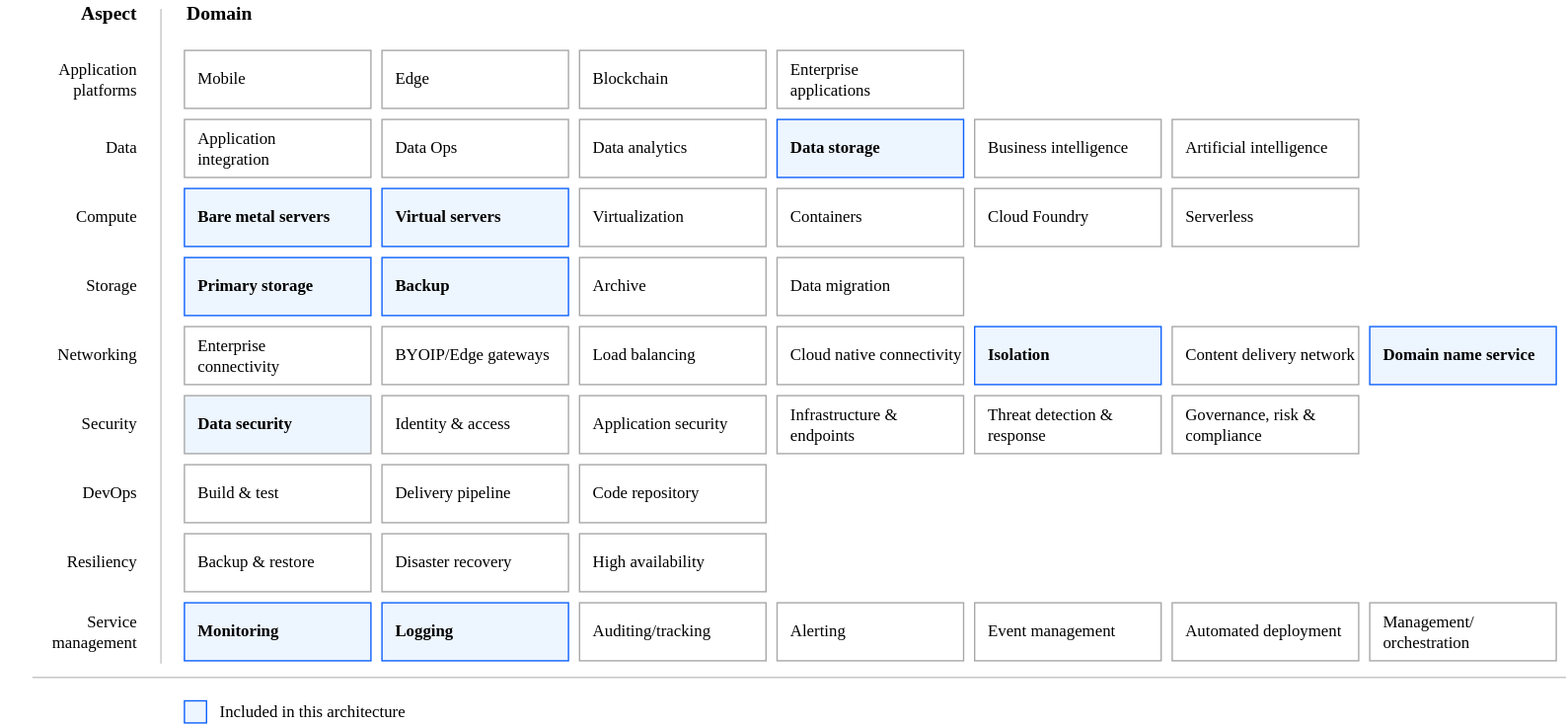
The draw.io diagram images/RA-ibm-cloud-scale-heatmap-phase.svg in ibm-cloud-docs/storage-scale-da, before a commit. Source tidied: cells renumbered, new cells last; positions are measured from the earlier drawing's top-left corner, leaving out a move shared by most shapes.
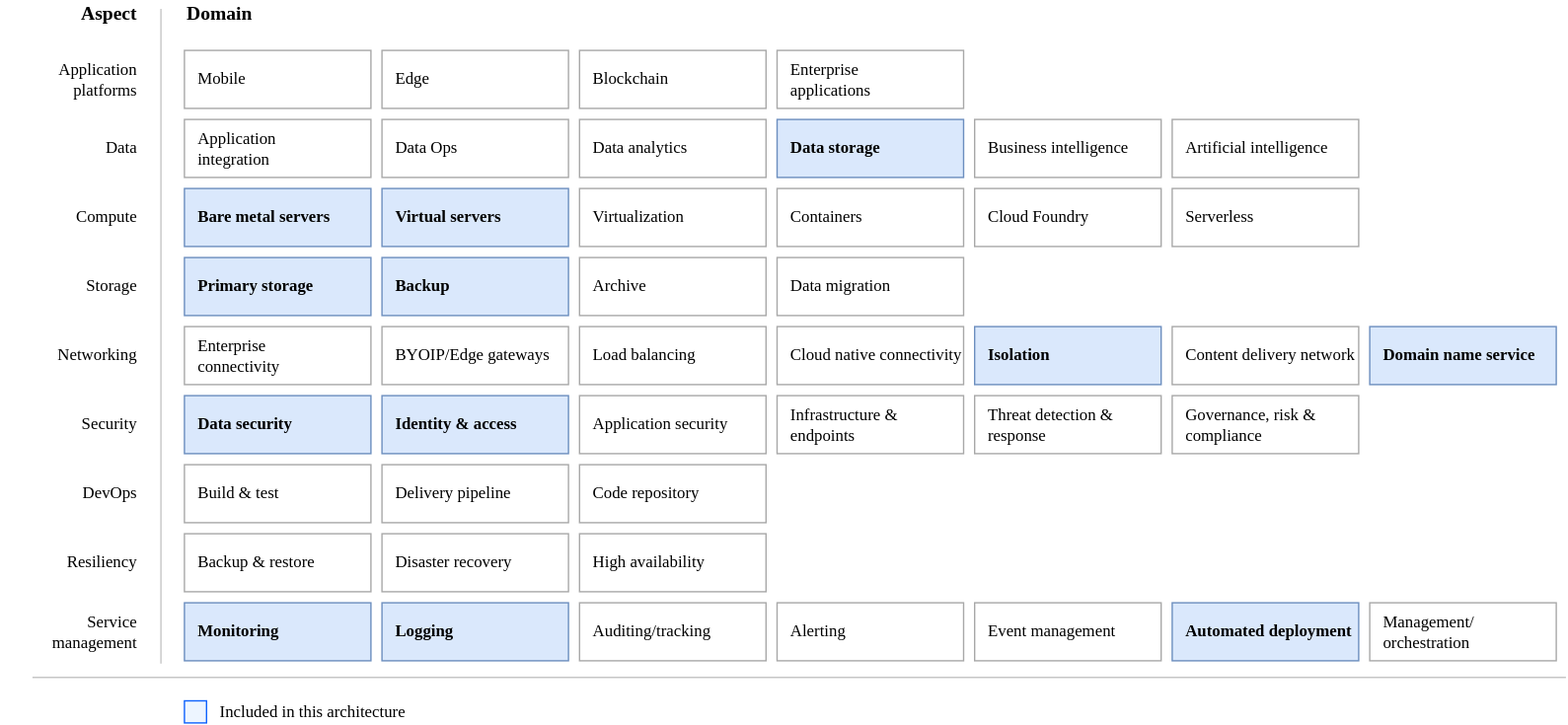
Later version of the same file.

What changed in the source:
```diff
@@ -8,7 +8,7 @@
     <mxCell id="3" value="Mobile" style="rounded=0;whiteSpace=wrap;html=1;strokeColor=#A8A8A8;align=left;spacingLeft=8;fontFamily=IBM Plex Sans;fontStyle=0;fillColor=#FFFFFF;" parent="1" vertex="1">
       <mxGeometry x="133" y="36" width="135" height="42" as="geometry" />
     </mxCell>
-    <mxCell id="4" value="Primary storage" style="rounded=0;whiteSpace=wrap;html=1;strokeColor=#0E62FD;align=left;spacingLeft=8;fontFamily=IBM Plex Sans;fillColor=#EDF5FF;fontStyle=1;" parent="1" vertex="1">
+    <mxCell id="4" value="Primary storage" style="rounded=0;whiteSpace=wrap;html=1;strokeColor=#6c8ebf;align=left;spacingLeft=8;fontFamily=IBM Plex Sans;fillColor=#dae8fc;fontStyle=1;" parent="1" vertex="1">
       <mxGeometry x="133" y="186" width="135" height="42" as="geometry" />
     </mxCell>
     <mxCell id="5" value="Enterprise &lt;br&gt;connectivity" style="rounded=0;whiteSpace=wrap;html=1;strokeColor=#A8A8A8;align=left;spacingLeft=8;fontFamily=IBM Plex Sans;" parent="1" vertex="1">
@@ -17,13 +17,13 @@
     <mxCell id="6" value="Build &amp;amp; test" style="rounded=0;whiteSpace=wrap;html=1;strokeColor=#A8A8A8;align=left;spacingLeft=8;fontFamily=IBM Plex Sans;" parent="1" vertex="1">
       <mxGeometry x="133" y="336" width="135" height="42" as="geometry" />
     </mxCell>
-    <mxCell id="7" value="Data security" style="rounded=0;whiteSpace=wrap;html=1;strokeColor=#A8A8A8;align=left;spacingLeft=8;fontFamily=IBM Plex Sans;fontStyle=1;fillColor=#EDF5FF;" parent="1" vertex="1">
+    <mxCell id="7" value="Data security" style="rounded=0;whiteSpace=wrap;html=1;strokeColor=#6c8ebf;align=left;spacingLeft=8;fontFamily=IBM Plex Sans;fontStyle=1;fillColor=#dae8fc;" parent="1" vertex="1">
       <mxGeometry x="133" y="286" width="135" height="42" as="geometry" />
     </mxCell>
     <mxCell id="8" value="Backup &amp;amp; restore" style="rounded=0;whiteSpace=wrap;html=1;strokeColor=#A8A8A8;align=left;spacingLeft=8;fontFamily=IBM Plex Sans;" parent="1" vertex="1">
       <mxGeometry x="133" y="386" width="135" height="42" as="geometry" />
     </mxCell>
-    <mxCell id="9" value="Monitoring" style="rounded=0;whiteSpace=wrap;html=1;strokeColor=#0E62FD;align=left;spacingLeft=8;fontFamily=IBM Plex Sans;fillColor=#EDF5FF;fontStyle=1;" parent="1" vertex="1">
+    <mxCell id="9" value="Monitoring" style="rounded=0;whiteSpace=wrap;html=1;strokeColor=#6c8ebf;align=left;spacingLeft=8;fontFamily=IBM Plex Sans;fillColor=#dae8fc;fontStyle=1;" parent="1" vertex="1">
       <mxGeometry x="133" y="436" width="135" height="42" as="geometry" />
     </mxCell>
     <mxCell id="10" value="Edge" style="rounded=0;whiteSpace=wrap;html=1;strokeColor=#A8A8A8;align=left;spacingLeft=8;fontFamily=IBM Plex Sans;fillColor=default;fontStyle=0;" parent="1" vertex="1">
@@ -41,13 +41,13 @@
     <mxCell id="14" value="Data analytics" style="rounded=0;whiteSpace=wrap;html=1;strokeColor=#A8A8A8;align=left;spacingLeft=8;fontFamily=IBM Plex Sans;fillColor=default;fontStyle=0;" parent="1" vertex="1">
       <mxGeometry x="419" y="86" width="135" height="42" as="geometry" />
     </mxCell>
-    <mxCell id="15" value="Data storage" style="rounded=0;whiteSpace=wrap;html=1;strokeColor=#0E62FD;align=left;spacingLeft=8;fontFamily=IBM Plex Sans;fillColor=#EDF5FF;fontStyle=1;" parent="1" vertex="1">
+    <mxCell id="15" value="Data storage" style="rounded=0;whiteSpace=wrap;html=1;strokeColor=#6c8ebf;align=left;spacingLeft=8;fontFamily=IBM Plex Sans;fillColor=#dae8fc;fontStyle=1;" parent="1" vertex="1">
       <mxGeometry x="562" y="86" width="135" height="42" as="geometry" />
     </mxCell>
     <mxCell id="16" value="Business intelligence" style="rounded=0;whiteSpace=wrap;html=1;strokeColor=#A8A8A8;align=left;spacingLeft=8;fontFamily=IBM Plex Sans;fillColor=default;fontStyle=0;" parent="1" vertex="1">
       <mxGeometry x="705" y="86" width="135" height="42" as="geometry" />
     </mxCell>
-    <mxCell id="17" value="Virtual servers" style="rounded=0;whiteSpace=wrap;html=1;strokeColor=#0E62FD;align=left;spacingLeft=8;fontFamily=IBM Plex Sans;fillColor=#EDF5FF;fontStyle=1;" parent="1" vertex="1">
+    <mxCell id="17" value="Virtual servers" style="rounded=0;whiteSpace=wrap;html=1;strokeColor=#6c8ebf;align=left;spacingLeft=8;fontFamily=IBM Plex Sans;fillColor=#dae8fc;fontStyle=1;" parent="1" vertex="1">
       <mxGeometry x="276" y="136" width="135" height="42" as="geometry" />
     </mxCell>
     <mxCell id="18" value="Virtualization" style="rounded=0;whiteSpace=wrap;html=1;strokeColor=#A8A8A8;align=left;spacingLeft=8;fontFamily=IBM Plex Sans;fillColor=default;fontStyle=0;" parent="1" vertex="1">
@@ -77,16 +77,16 @@
     <mxCell id="26" value="Cloud native connectivity" style="rounded=0;whiteSpace=wrap;html=1;strokeColor=#A8A8A8;align=left;spacingLeft=8;fontFamily=IBM Plex Sans;fillColor=default;fontStyle=0;" parent="1" vertex="1">
       <mxGeometry x="562" y="236" width="135" height="42" as="geometry" />
     </mxCell>
-    <mxCell id="27" value="Isolation" style="rounded=0;whiteSpace=wrap;html=1;strokeColor=#0E62FD;align=left;spacingLeft=8;fontFamily=IBM Plex Sans;fillColor=#EDF5FF;fontStyle=1;" parent="1" vertex="1">
+    <mxCell id="27" value="Isolation" style="rounded=0;whiteSpace=wrap;html=1;strokeColor=#6c8ebf;align=left;spacingLeft=8;fontFamily=IBM Plex Sans;fillColor=#dae8fc;fontStyle=1;" parent="1" vertex="1">
       <mxGeometry x="705" y="236" width="135" height="42" as="geometry" />
     </mxCell>
     <mxCell id="28" value="Content delivery network" style="rounded=0;whiteSpace=wrap;html=1;strokeColor=#A8A8A8;align=left;spacingLeft=8;fontFamily=IBM Plex Sans;fillColor=default;fontStyle=0;" parent="1" vertex="1">
       <mxGeometry x="848" y="236" width="135" height="42" as="geometry" />
     </mxCell>
-    <mxCell id="29" value="Domain name service" style="rounded=0;whiteSpace=wrap;html=1;strokeColor=#0E62FD;align=left;spacingLeft=8;fontFamily=IBM Plex Sans;fillColor=#EDF5FF;fontStyle=1;" parent="1" vertex="1">
+    <mxCell id="29" value="Domain name service" style="rounded=0;whiteSpace=wrap;html=1;strokeColor=#6c8ebf;align=left;spacingLeft=8;fontFamily=IBM Plex Sans;fillColor=#dae8fc;fontStyle=1;" parent="1" vertex="1">
       <mxGeometry x="991" y="236" width="135" height="42" as="geometry" />
     </mxCell>
-    <mxCell id="30" value="Identity &amp;amp; access" style="rounded=0;whiteSpace=wrap;html=1;strokeColor=#A8A8A8;align=left;spacingLeft=8;fontFamily=IBM Plex Sans;fillColor=default;fontStyle=0;" parent="1" vertex="1">
+    <mxCell id="30" value="Identity &amp;amp; access" style="rounded=0;whiteSpace=wrap;html=1;strokeColor=#6c8ebf;align=left;spacingLeft=8;fontFamily=IBM Plex Sans;fillColor=#dae8fc;fontStyle=1;" parent="1" vertex="1">
       <mxGeometry x="276" y="286" width="135" height="42" as="geometry" />
     </mxCell>
     <mxCell id="31" value="Application security" style="rounded=0;whiteSpace=wrap;html=1;strokeColor=#A8A8A8;align=left;spacingLeft=8;fontFamily=IBM Plex Sans;fillColor=default;fontStyle=0;" parent="1" vertex="1">
@@ -113,7 +113,7 @@
     <mxCell id="38" value="High availability" style="rounded=0;whiteSpace=wrap;html=1;strokeColor=#A8A8A8;align=left;spacingLeft=8;fontFamily=IBM Plex Sans;fillColor=default;fontStyle=0;" parent="1" vertex="1">
       <mxGeometry x="419" y="386" width="135" height="42" as="geometry" />
     </mxCell>
-    <mxCell id="39" value="Logging" style="rounded=0;whiteSpace=wrap;html=1;strokeColor=#0E62FD;align=left;spacingLeft=8;fontFamily=IBM Plex Sans;fillColor=#EDF5FF;fontStyle=1;" parent="1" vertex="1">
+    <mxCell id="39" value="Logging" style="rounded=0;whiteSpace=wrap;html=1;strokeColor=#6c8ebf;align=left;spacingLeft=8;fontFamily=IBM Plex Sans;fillColor=#dae8fc;fontStyle=1;" parent="1" vertex="1">
       <mxGeometry x="276" y="436" width="135" height="42" as="geometry" />
     </mxCell>
     <mxCell id="40" value="Auditing/tracking" style="rounded=0;whiteSpace=wrap;html=1;strokeColor=#A8A8A8;align=left;spacingLeft=8;fontFamily=IBM Plex Sans;fillColor=default;fontStyle=0;" parent="1" vertex="1">
@@ -125,7 +125,7 @@
     <mxCell id="42" value="Event management" style="rounded=0;whiteSpace=wrap;html=1;strokeColor=#A8A8A8;align=left;spacingLeft=8;fontFamily=IBM Plex Sans;fillColor=default;fontStyle=0;" parent="1" vertex="1">
       <mxGeometry x="705" y="436" width="135" height="42" as="geometry" />
     </mxCell>
-    <mxCell id="43" value="Automated deployment" style="rounded=0;whiteSpace=wrap;html=1;strokeColor=#A8A8A8;align=left;spacingLeft=8;fontFamily=IBM Plex Sans;fillColor=default;fontStyle=0;" parent="1" vertex="1">
+    <mxCell id="43" value="Automated deployment" style="rounded=0;whiteSpace=wrap;html=1;strokeColor=#6c8ebf;align=left;spacingLeft=8;fontFamily=IBM Plex Sans;fillColor=#dae8fc;fontStyle=1;" parent="1" vertex="1">
       <mxGeometry x="848" y="436" width="135" height="42" as="geometry" />
     </mxCell>
     <mxCell id="44" value="Management/&lt;br&gt;orchestration" style="rounded=0;whiteSpace=wrap;html=1;strokeColor=#A8A8A8;align=left;spacingLeft=8;fontFamily=IBM Plex Sans;fillColor=default;fontStyle=0;" parent="1" vertex="1">
@@ -185,10 +185,10 @@
     <mxCell id="60" value="Artificial intelligence" style="rounded=0;whiteSpace=wrap;html=1;strokeColor=#A8A8A8;align=left;spacingLeft=8;fontFamily=IBM Plex Sans;fillColor=default;fontStyle=0;" parent="1" vertex="1">
       <mxGeometry x="848" y="86" width="135" height="42" as="geometry" />
     </mxCell>
-    <mxCell id="61" value="Bare metal servers" style="rounded=0;whiteSpace=wrap;html=1;strokeColor=#0E62FD;align=left;spacingLeft=8;fontFamily=IBM Plex Sans;fillColor=#EDF5FF;fontStyle=1;" parent="1" vertex="1">
+    <mxCell id="61" value="Bare metal servers" style="rounded=0;whiteSpace=wrap;html=1;strokeColor=#6c8ebf;align=left;spacingLeft=8;fontFamily=IBM Plex Sans;fillColor=#dae8fc;fontStyle=1;" parent="1" vertex="1">
       <mxGeometry x="133" y="136" width="135" height="42" as="geometry" />
     </mxCell>
-    <mxCell id="62" value="Backup" style="rounded=0;whiteSpace=wrap;html=1;strokeColor=#0E62FD;align=left;spacingLeft=8;fontFamily=IBM Plex Sans;fillColor=#EDF5FF;fontStyle=1;" parent="1" vertex="1">
+    <mxCell id="62" value="Backup" style="rounded=0;whiteSpace=wrap;html=1;strokeColor=#6c8ebf;align=left;spacingLeft=8;fontFamily=IBM Plex Sans;fillColor=#dae8fc;fontStyle=1;" parent="1" vertex="1">
       <mxGeometry x="276" y="186" width="135" height="42" as="geometry" />
     </mxCell>
   </root>
```
